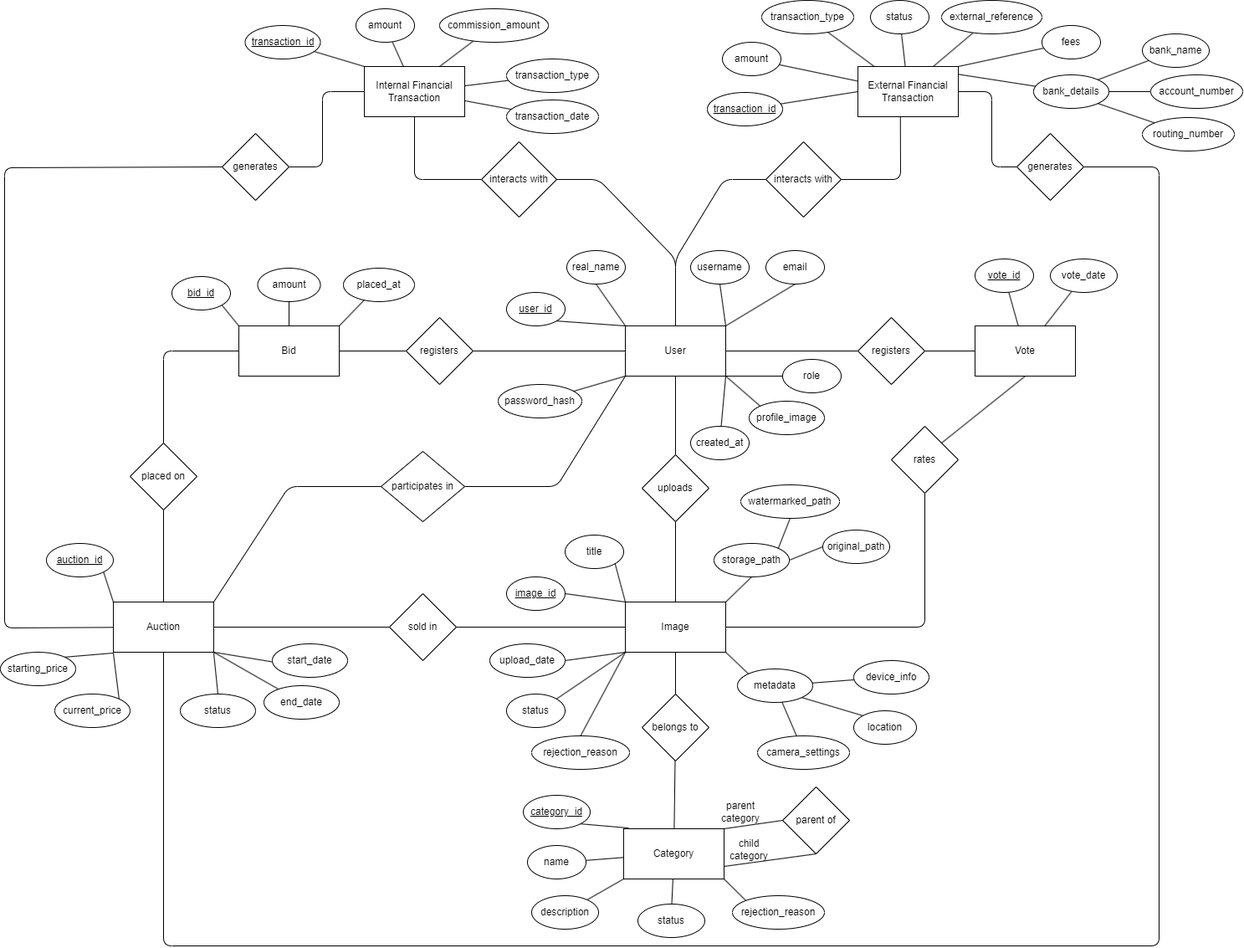
Before: diagrams/eer-diagram/eer-diagram.png, a diagram exported from draw.io (staucktion/docs). Source tidied: cells renumbered, new cells last; positions are measured from the earlier drawing's top-left corner, leaving out a move shared by most shapes.
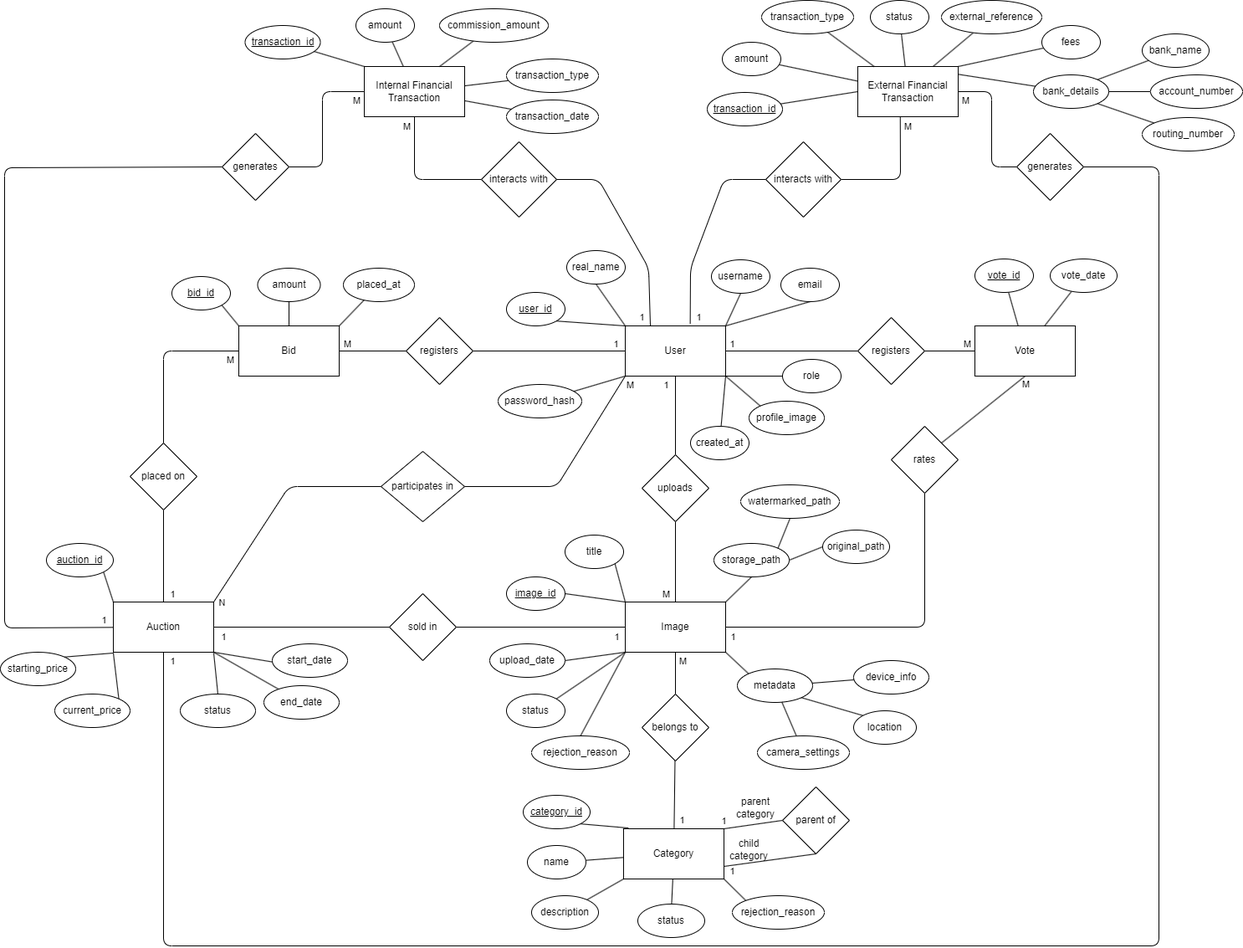
The same file after the commit.

Commit message:
Update EER diagram to include cardinalities

What changed in the source:
```diff
@@ -5,6 +5,11 @@
     <mxCell id="2" style="edgeStyle=none;html=1;endArrow=none;endFill=0;" parent="1" edge="1" source="6" target="22">
       <mxGeometry relative="1" as="geometry" />
     </mxCell>
+    <mxCell id="153" value="1" style="edgeLabel;html=1;align=center;verticalAlign=middle;" parent="2" vertex="1">
+      <mxGeometry x="-0.75" y="-1" relative="1" as="geometry">
+        <mxPoint x="-11" y="-1" as="offset" />
+      </mxGeometry>
+    </mxCell>
     <mxCell id="3" style="edgeStyle=none;html=1;exitX=0;exitY=1;exitDx=0;exitDy=0;entryX=1;entryY=0.5;entryDx=0;entryDy=0;endArrow=none;endFill=0;" parent="1" edge="1" source="6" target="24">
       <mxGeometry relative="1" as="geometry">
         <Array as="points">
@@ -12,27 +17,57 @@
         </Array>
       </mxGeometry>
     </mxCell>
+    <mxCell id="154" value="M" style="edgeLabel;html=1;align=center;verticalAlign=middle;" parent="3" vertex="1">
+      <mxGeometry x="-0.91" y="1" relative="1" as="geometry">
+        <mxPoint x="11" y="-1" as="offset" />
+      </mxGeometry>
+    </mxCell>
     <mxCell id="4" style="edgeStyle=none;html=1;exitX=1;exitY=0.5;exitDx=0;exitDy=0;entryX=0;entryY=0.5;entryDx=0;entryDy=0;endArrow=none;endFill=0;" parent="1" edge="1" source="6" target="26">
       <mxGeometry relative="1" as="geometry" />
     </mxCell>
+    <mxCell id="155" value="1" style="edgeLabel;html=1;align=center;verticalAlign=middle;" parent="4" vertex="1">
+      <mxGeometry x="-0.85" relative="1" as="geometry">
+        <mxPoint x="-4" y="-9" as="offset" />
+      </mxGeometry>
+    </mxCell>
     <mxCell id="5" style="edgeStyle=none;html=1;endArrow=none;endFill=0;" parent="1" edge="1" source="6" target="28">
       <mxGeometry relative="1" as="geometry" />
     </mxCell>
+    <mxCell id="156" value="1" style="edgeLabel;html=1;align=center;verticalAlign=middle;" parent="5" vertex="1">
+      <mxGeometry x="-0.86" y="1" relative="1" as="geometry">
+        <mxPoint x="1" y="-10" as="offset" />
+      </mxGeometry>
+    </mxCell>
     <mxCell id="6" value="User" style="rounded=0;whiteSpace=wrap;html=1;" parent="1" vertex="1">
       <mxGeometry x="747" y="389" width="120" height="60" as="geometry" />
     </mxCell>
     <mxCell id="7" style="edgeStyle=none;html=1;endArrow=none;endFill=0;" parent="1" edge="1" source="9" target="36">
       <mxGeometry relative="1" as="geometry" />
     </mxCell>
+    <mxCell id="157" value="M" style="edgeLabel;html=1;align=center;verticalAlign=middle;" parent="7" vertex="1">
+      <mxGeometry x="-0.67" relative="1" as="geometry">
+        <mxPoint x="8" y="2" as="offset" />
+      </mxGeometry>
+    </mxCell>
     <mxCell id="8" style="edgeStyle=none;html=1;endArrow=none;endFill=0;" parent="1" edge="1" source="9" target="38">
       <mxGeometry relative="1" as="geometry" />
     </mxCell>
+    <mxCell id="158" value="1" style="edgeLabel;html=1;align=center;verticalAlign=middle;" parent="8" vertex="1">
+      <mxGeometry x="-0.9" relative="1" as="geometry">
+        <mxPoint y="11" as="offset" />
+      </mxGeometry>
+    </mxCell>
     <mxCell id="9" value="Image" style="rounded=0;whiteSpace=wrap;html=1;" parent="1" vertex="1">
       <mxGeometry x="747" y="719" width="120" height="60" as="geometry" />
     </mxCell>
     <mxCell id="10" style="edgeStyle=none;html=1;exitX=1;exitY=0;exitDx=0;exitDy=0;entryX=0;entryY=0.5;entryDx=0;entryDy=0;endArrow=none;endFill=0;" parent="1" edge="1" source="11" target="88">
       <mxGeometry relative="1" as="geometry" />
     </mxCell>
+    <mxCell id="159" value="1" style="edgeLabel;html=1;align=center;verticalAlign=middle;" parent="10" vertex="1">
+      <mxGeometry x="-0.82" y="-1" relative="1" as="geometry">
+        <mxPoint x="-7" y="-10" as="offset" />
+      </mxGeometry>
+    </mxCell>
     <mxCell id="11" value="Category" style="rounded=0;whiteSpace=wrap;html=1;" parent="1" vertex="1">
       <mxGeometry x="745" y="990" width="120" height="60" as="geometry" />
     </mxCell>
@@ -44,6 +79,11 @@
         </Array>
       </mxGeometry>
     </mxCell>
+    <mxCell id="160" value="1" style="edgeLabel;html=1;align=center;verticalAlign=middle;" parent="12" vertex="1">
+      <mxGeometry x="-0.98" y="-1" relative="1" as="geometry">
+        <mxPoint y="-8" as="offset" />
+      </mxGeometry>
+    </mxCell>
     <mxCell id="13" style="edgeStyle=none;html=1;entryX=1;entryY=0.5;entryDx=0;entryDy=0;endArrow=none;endFill=0;" parent="1" edge="1" source="14" target="46">
       <mxGeometry relative="1" as="geometry">
         <Array as="points">
@@ -53,12 +93,22 @@
         </Array>
       </mxGeometry>
     </mxCell>
+    <mxCell id="161" value="1" style="edgeLabel;html=1;align=center;verticalAlign=middle;" parent="13" vertex="1">
+      <mxGeometry x="-0.99" relative="1" as="geometry">
+        <mxPoint x="10" y="-3" as="offset" />
+      </mxGeometry>
+    </mxCell>
     <mxCell id="14" value="Auction" style="rounded=0;whiteSpace=wrap;html=1;" parent="1" vertex="1">
       <mxGeometry x="135" y="719" width="120" height="60" as="geometry" />
     </mxCell>
     <mxCell id="15" style="edgeStyle=none;html=1;exitX=0.5;exitY=1;exitDx=0;exitDy=0;entryX=1;entryY=0;entryDx=0;entryDy=0;endArrow=none;endFill=0;" parent="1" edge="1" source="16" target="40">
       <mxGeometry relative="1" as="geometry" />
     </mxCell>
+    <mxCell id="162" value="M" style="edgeLabel;html=1;align=center;verticalAlign=middle;" parent="15" vertex="1">
+      <mxGeometry x="-0.83" y="-1" relative="1" as="geometry">
+        <mxPoint x="9" y="4" as="offset" />
+      </mxGeometry>
+    </mxCell>
     <mxCell id="16" value="Vote" style="rounded=0;whiteSpace=wrap;html=1;" parent="1" vertex="1">
       <mxGeometry x="1165" y="389" width="120" height="60" as="geometry" />
     </mxCell>
@@ -69,6 +119,11 @@
         </Array>
       </mxGeometry>
     </mxCell>
+    <mxCell id="163" value="M" style="edgeLabel;html=1;align=center;verticalAlign=middle;" parent="17" vertex="1">
+      <mxGeometry x="-0.92" relative="1" as="geometry">
+        <mxPoint x="-2" y="10" as="offset" />
+      </mxGeometry>
+    </mxCell>
     <mxCell id="18" value="Bid" style="rounded=0;whiteSpace=wrap;html=1;" parent="1" vertex="1">
       <mxGeometry x="285" y="389" width="120" height="60" as="geometry" />
     </mxCell>
@@ -81,6 +136,11 @@
     <mxCell id="21" style="edgeStyle=none;html=1;endArrow=none;endFill=0;" parent="1" edge="1" source="22" target="9">
       <mxGeometry relative="1" as="geometry" />
     </mxCell>
+    <mxCell id="164" value="M" style="edgeLabel;html=1;align=center;verticalAlign=middle;" parent="21" vertex="1">
+      <mxGeometry x="0.83" relative="1" as="geometry">
+        <mxPoint x="-12" y="-2" as="offset" />
+      </mxGeometry>
+    </mxCell>
     <mxCell id="22" value="uploads" style="rhombus;whiteSpace=wrap;html=1;" parent="1" vertex="1">
       <mxGeometry x="767" y="543" width="80" height="80" as="geometry" />
     </mxCell>
@@ -91,18 +151,33 @@
         </Array>
       </mxGeometry>
     </mxCell>
+    <mxCell id="165" value="N" style="edgeLabel;html=1;align=center;verticalAlign=middle;" parent="23" vertex="1">
+      <mxGeometry x="0.88" relative="1" as="geometry">
+        <mxPoint y="15" as="offset" />
+      </mxGeometry>
+    </mxCell>
     <mxCell id="24" value="participates in" style="rhombus;whiteSpace=wrap;html=1;" parent="1" vertex="1">
       <mxGeometry x="455" y="539" width="100" height="84" as="geometry" />
     </mxCell>
     <mxCell id="25" style="edgeStyle=none;html=1;endArrow=none;endFill=0;" parent="1" edge="1" source="26" target="16">
       <mxGeometry relative="1" as="geometry" />
     </mxCell>
+    <mxCell id="166" value="M" style="edgeLabel;html=1;align=center;verticalAlign=middle;" parent="25" vertex="1">
+      <mxGeometry x="0.49" y="1" relative="1" as="geometry">
+        <mxPoint x="5" y="-8" as="offset" />
+      </mxGeometry>
+    </mxCell>
     <mxCell id="26" value="registers" style="rhombus;whiteSpace=wrap;html=1;" parent="1" vertex="1">
       <mxGeometry x="1025" y="379" width="80" height="80" as="geometry" />
     </mxCell>
     <mxCell id="27" style="edgeStyle=none;html=1;endArrow=none;endFill=0;" parent="1" edge="1" source="28" target="18">
       <mxGeometry relative="1" as="geometry" />
     </mxCell>
+    <mxCell id="167" value="M" style="edgeLabel;html=1;align=center;verticalAlign=middle;" parent="27" vertex="1">
+      <mxGeometry x="0.68" y="-1" relative="1" as="geometry">
+        <mxPoint x="-3" y="-8" as="offset" />
+      </mxGeometry>
+    </mxCell>
     <mxCell id="28" value="registers" style="rhombus;whiteSpace=wrap;html=1;" parent="1" vertex="1">
       <mxGeometry x="485" y="379" width="80" height="80" as="geometry" />
     </mxCell>
@@ -113,17 +188,27 @@
         </Array>
       </mxGeometry>
     </mxCell>
+    <mxCell id="168" value="M" style="edgeLabel;html=1;align=center;verticalAlign=middle;" parent="29" vertex="1">
+      <mxGeometry x="0.91" y="1" relative="1" as="geometry">
+        <mxPoint x="-9" y="4" as="offset" />
+      </mxGeometry>
+    </mxCell>
     <mxCell id="30" value="interacts with" style="rhombus;whiteSpace=wrap;html=1;" parent="1" vertex="1">
       <mxGeometry x="575" y="169" width="90" height="90" as="geometry" />
     </mxCell>
-    <mxCell id="31" style="edgeStyle=none;html=1;exitX=0.5;exitY=0;exitDx=0;exitDy=0;entryX=1;entryY=0.5;entryDx=0;entryDy=0;endArrow=none;endFill=0;" parent="1" edge="1" source="6" target="30">
+    <mxCell id="31" style="edgeStyle=none;html=1;exitX=0.25;exitY=0;exitDx=0;exitDy=0;entryX=1;entryY=0.5;entryDx=0;entryDy=0;endArrow=none;endFill=0;" parent="1" edge="1" source="6" target="30">
       <mxGeometry relative="1" as="geometry">
         <Array as="points">
-          <mxPoint x="807" y="309" />
+          <mxPoint x="775" y="320" />
           <mxPoint x="715" y="214" />
         </Array>
       </mxGeometry>
     </mxCell>
+    <mxCell id="169" value="1" style="edgeLabel;html=1;align=center;verticalAlign=middle;" parent="31" vertex="1">
+      <mxGeometry x="-0.94" relative="1" as="geometry">
+        <mxPoint x="-10" y="-3" as="offset" />
+      </mxGeometry>
+    </mxCell>
     <mxCell id="32" style="edgeStyle=none;html=1;exitX=1;exitY=0.5;exitDx=0;exitDy=0;entryX=0.423;entryY=1.004;entryDx=0;entryDy=0;entryPerimeter=0;endArrow=none;endFill=0;" parent="1" edge="1" source="33" target="20">
       <mxGeometry relative="1" as="geometry">
         <Array as="points">
@@ -131,26 +216,46 @@
         </Array>
       </mxGeometry>
     </mxCell>
+    <mxCell id="170" value="M" style="edgeLabel;html=1;align=center;verticalAlign=middle;" parent="32" vertex="1">
+      <mxGeometry x="0.87" y="-2" relative="1" as="geometry">
+        <mxPoint x="7" y="1" as="offset" />
+      </mxGeometry>
+    </mxCell>
     <mxCell id="33" value="interacts with" style="rhombus;whiteSpace=wrap;html=1;" parent="1" vertex="1">
       <mxGeometry x="915" y="169" width="90" height="90" as="geometry" />
     </mxCell>
-    <mxCell id="34" style="edgeStyle=none;html=1;exitX=0.5;exitY=0;exitDx=0;exitDy=0;entryX=0;entryY=0.5;entryDx=0;entryDy=0;endArrow=none;endFill=0;" parent="1" edge="1" source="6" target="33">
+    <mxCell id="34" style="edgeStyle=none;html=1;entryX=0;entryY=0.5;entryDx=0;entryDy=0;endArrow=none;endFill=0;exitX=0.647;exitY=-0.044;exitDx=0;exitDy=0;exitPerimeter=0;" parent="1" edge="1" source="6" target="33">
       <mxGeometry relative="1" as="geometry">
         <Array as="points">
-          <mxPoint x="807" y="309" />
+          <mxPoint x="825" y="320" />
           <mxPoint x="865" y="214" />
         </Array>
       </mxGeometry>
     </mxCell>
+    <mxCell id="171" value="1" style="edgeLabel;html=1;align=center;verticalAlign=middle;" parent="34" vertex="1">
+      <mxGeometry x="-0.94" y="1" relative="1" as="geometry">
+        <mxPoint x="11" y="-1" as="offset" />
+      </mxGeometry>
+    </mxCell>
     <mxCell id="35" style="edgeStyle=none;html=1;endArrow=none;endFill=0;" parent="1" edge="1" source="36" target="11">
       <mxGeometry relative="1" as="geometry" />
     </mxCell>
+    <mxCell id="172" value="1" style="edgeLabel;html=1;align=center;verticalAlign=middle;" parent="35" vertex="1">
+      <mxGeometry x="0.72" y="1" relative="1" as="geometry">
+        <mxPoint x="8" y="2" as="offset" />
+      </mxGeometry>
+    </mxCell>
     <mxCell id="36" value="belongs to" style="rhombus;whiteSpace=wrap;html=1;" parent="1" vertex="1">
       <mxGeometry x="767" y="829" width="80" height="80" as="geometry" />
     </mxCell>
     <mxCell id="37" style="edgeStyle=none;html=1;endArrow=none;endFill=0;" parent="1" edge="1" source="38" target="14">
       <mxGeometry relative="1" as="geometry" />
     </mxCell>
+    <mxCell id="173" value="1" style="edgeLabel;html=1;align=center;verticalAlign=middle;" parent="37" vertex="1">
+      <mxGeometry x="0.91" y="2" relative="1" as="geometry">
+        <mxPoint x="1" y="9" as="offset" />
+      </mxGeometry>
+    </mxCell>
     <mxCell id="38" value="sold in" style="rhombus;whiteSpace=wrap;html=1;" parent="1" vertex="1">
       <mxGeometry x="465" y="709" width="80" height="80" as="geometry" />
     </mxCell>
@@ -161,12 +266,22 @@
         </Array>
       </mxGeometry>
     </mxCell>
+    <mxCell id="174" value="1" style="edgeLabel;html=1;align=center;verticalAlign=middle;" parent="39" vertex="1">
+      <mxGeometry x="0.97" relative="1" as="geometry">
+        <mxPoint x="2" y="11" as="offset" />
+      </mxGeometry>
+    </mxCell>
     <mxCell id="40" value="rates" style="rhombus;whiteSpace=wrap;html=1;" parent="1" vertex="1">
       <mxGeometry x="1065" y="509" width="80" height="80" as="geometry" />
     </mxCell>
     <mxCell id="41" style="edgeStyle=none;html=1;endArrow=none;endFill=0;" parent="1" edge="1" source="42" target="14">
       <mxGeometry relative="1" as="geometry" />
     </mxCell>
+    <mxCell id="175" value="1" style="edgeLabel;html=1;align=center;verticalAlign=middle;" parent="41" vertex="1">
+      <mxGeometry x="0.88" y="2" relative="1" as="geometry">
+        <mxPoint x="8" y="-3" as="offset" />
+      </mxGeometry>
+    </mxCell>
     <mxCell id="42" value="placed on" style="rhombus;whiteSpace=wrap;html=1;" parent="1" vertex="1">
       <mxGeometry x="155" y="529" width="80" height="80" as="geometry" />
     </mxCell>
@@ -178,6 +293,11 @@
         </Array>
       </mxGeometry>
     </mxCell>
+    <mxCell id="176" value="M" style="edgeLabel;html=1;align=center;verticalAlign=middle;" parent="43" vertex="1">
+      <mxGeometry x="0.86" y="-1" relative="1" as="geometry">
+        <mxPoint x="3" y="9" as="offset" />
+      </mxGeometry>
+    </mxCell>
     <mxCell id="44" value="generates" style="rhombus;whiteSpace=wrap;html=1;" parent="1" vertex="1">
       <mxGeometry x="265" y="159" width="80" height="80" as="geometry" />
     </mxCell>
@@ -189,6 +309,11 @@
         </Array>
       </mxGeometry>
     </mxCell>
+    <mxCell id="177" value="M" style="edgeLabel;html=1;align=center;verticalAlign=middle;" parent="45" vertex="1">
+      <mxGeometry x="0.89" y="1" relative="1" as="geometry">
+        <mxPoint y="9" as="offset" />
+      </mxGeometry>
+    </mxCell>
     <mxCell id="46" value="generates" style="rhombus;whiteSpace=wrap;html=1;" parent="1" vertex="1">
       <mxGeometry x="1215" y="159" width="80" height="80" as="geometry" />
     </mxCell>
@@ -208,13 +333,13 @@
       <mxGeometry relative="1" as="geometry" />
     </mxCell>
     <mxCell id="52" value="username" style="ellipse;whiteSpace=wrap;html=1;" parent="1" vertex="1">
-      <mxGeometry x="825" y="299" width="70" height="40" as="geometry" />
+      <mxGeometry x="850" y="310" width="70" height="40" as="geometry" />
     </mxCell>
     <mxCell id="53" style="edgeStyle=none;html=1;exitX=0.5;exitY=1;exitDx=0;exitDy=0;entryX=1;entryY=0;entryDx=0;entryDy=0;endArrow=none;endFill=0;" parent="1" edge="1" source="54" target="6">
       <mxGeometry relative="1" as="geometry" />
     </mxCell>
     <mxCell id="54" value="email" style="ellipse;whiteSpace=wrap;html=1;" parent="1" vertex="1">
-      <mxGeometry x="915" y="299" width="70" height="40" as="geometry" />
+      <mxGeometry x="933" y="320" width="70" height="40" as="geometry" />
     </mxCell>
     <mxCell id="55" style="edgeStyle=none;html=1;entryX=0;entryY=1;entryDx=0;entryDy=0;endArrow=none;endFill=0;" parent="1" edge="1" source="56" target="6">
       <mxGeometry relative="1" as="geometry" />
@@ -315,6 +440,11 @@
     <mxCell id="87" style="edgeStyle=none;html=1;entryX=1;entryY=0.75;entryDx=0;entryDy=0;exitX=0.5;exitY=1;exitDx=0;exitDy=0;endArrow=none;endFill=0;" parent="1" edge="1" source="88" target="11">
       <mxGeometry relative="1" as="geometry" />
     </mxCell>
+    <mxCell id="178" value="1" style="edgeLabel;html=1;align=center;verticalAlign=middle;" parent="87" vertex="1">
+      <mxGeometry x="0.78" relative="1" as="geometry">
+        <mxPoint x="-2" y="7" as="offset" />
+      </mxGeometry>
+    </mxCell>
     <mxCell id="88" value="parent of" style="rhombus;whiteSpace=wrap;html=1;" parent="1" vertex="1">
       <mxGeometry x="935" y="940" width="80" height="80" as="geometry" />
     </mxCell>
@@ -349,7 +479,7 @@
       <mxGeometry x="875" y="1070" width="110" height="40" as="geometry" />
     </mxCell>
     <mxCell id="99" value="parent category" style="text;html=1;strokeColor=none;fillColor=none;align=center;verticalAlign=middle;whiteSpace=wrap;rounded=0;" parent="1" vertex="1">
-      <mxGeometry x="855" y="955" width="60" height="30" as="geometry" />
+      <mxGeometry x="873" y="950" width="60" height="30" as="geometry" />
     </mxCell>
     <mxCell id="100" value="child category" style="text;html=1;strokeColor=none;fillColor=none;align=center;verticalAlign=middle;whiteSpace=wrap;rounded=0;" parent="1" vertex="1">
       <mxGeometry x="865" y="1000" width="60" height="30" as="geometry" />
```
